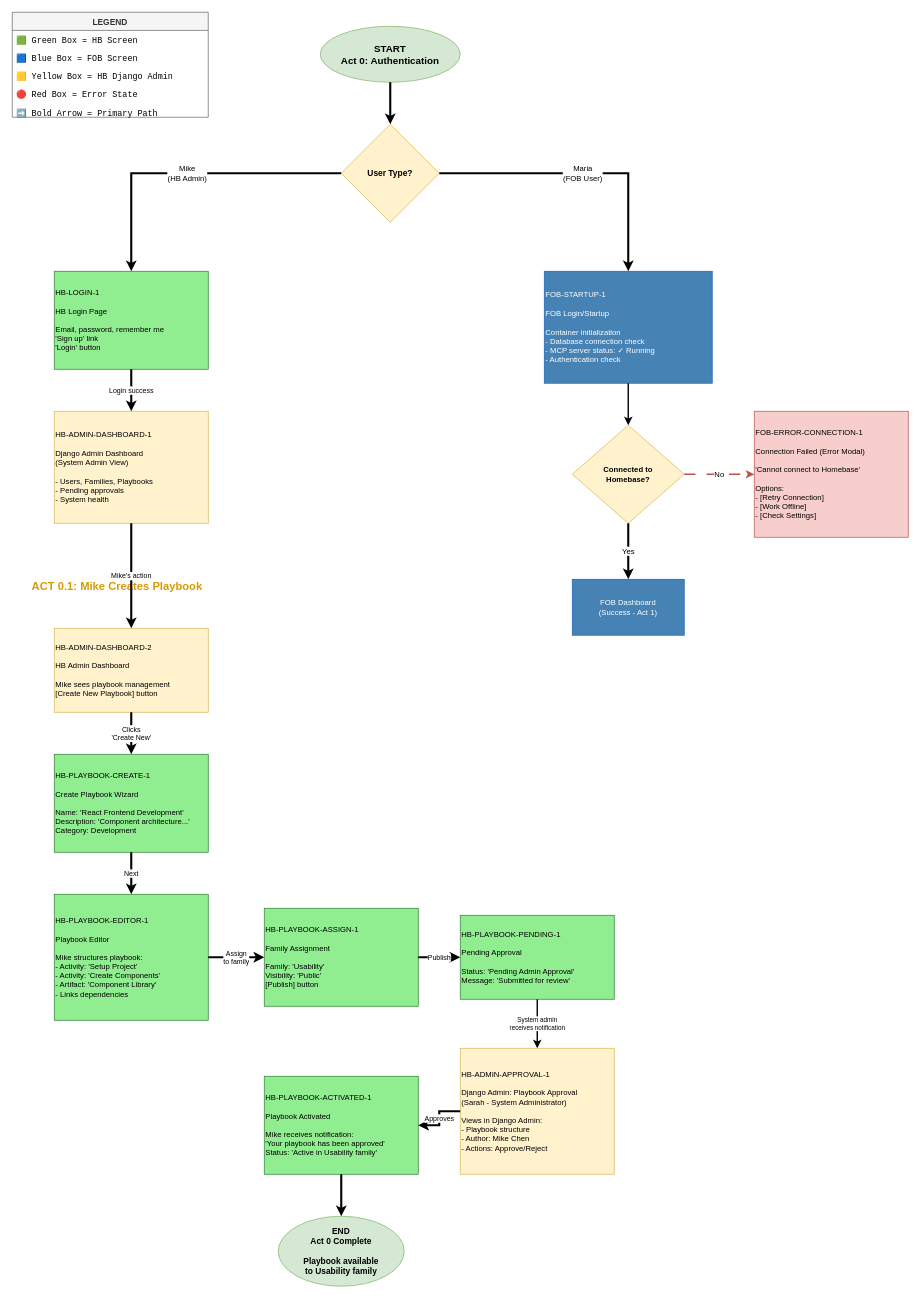
Before: page "Act 0 - Authentication and Setup" (1 of 5) of docs/ux/2_dialogue-maps/screen-flow.drawio in petelind/mimir, a draw.io diagram. Source tidied: cells renumbered, new cells numbered last; positions are measured from the earlier drawing's top-left corner, leaving out a move shared by most shapes. Both pictures are drawn from the tidied source at 70%, with x=0, y=0 at pixel (12, 12).
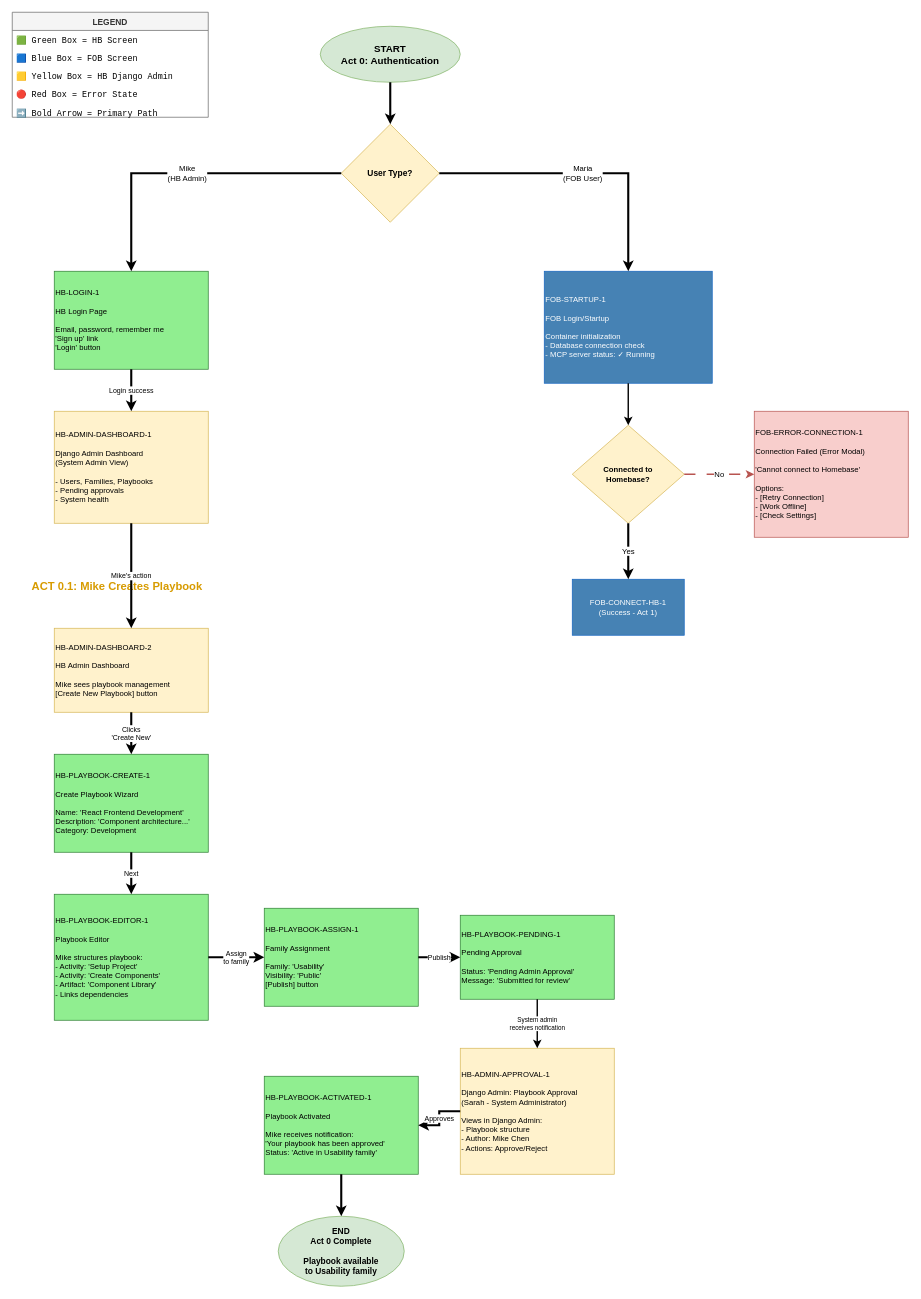
Above is the later version.

What changed in the source:
```diff
@@
-    <mxCell id="15" value="FOB-STARTUP-1&#10;&#10;FOB Login/Startup&#10;&#10;Container initialization&#10;- Database connection check&#10;- MCP server status: ✓ Running&#10;- Authentication check" style="rounded=0;whiteSpace=wrap;html=1;fillColor=#4682B4;strokeColor=#1565c0;fontSize=11;align=left;verticalAlign=middle;fontColor=#ffffff;" parent="1" vertex="1">
+    <mxCell id="15" value="FOB-STARTUP-1&lt;br&gt;&lt;br&gt;FOB Login/Startup&lt;br&gt;&lt;br&gt;Container initialization&lt;br&gt;- Database connection check&lt;br&gt;- MCP server status: ✓ Running&lt;br&gt;" style="rounded=0;whiteSpace=wrap;html=1;fillColor=#4682B4;strokeColor=#1565c0;fontSize=11;align=left;verticalAlign=middle;fontColor=#ffffff;" parent="1" vertex="1">
       <mxGeometry x="760" y="370" width="240" height="160" as="geometry" />
     </mxCell>
@@
-    <mxCell id="21" value="FOB Dashboard&#10;(Success - Act 1)" style="rounded=0;whiteSpace=wrap;html=1;fillColor=#4682B4;strokeColor=#1565c0;fontSize=11;align=center;verticalAlign=middle;fontColor=#ffffff;" parent="1" vertex="1">
+    <mxCell id="21" value="&lt;span style=&quot;text-align: left;&quot;&gt;FOB-CONNECT-HB-1&lt;br&gt;&lt;/span&gt;(Success - Act 1)" style="rounded=0;whiteSpace=wrap;html=1;fillColor=#4682B4;strokeColor=#1565c0;fontSize=11;align=center;verticalAlign=middle;fontColor=#ffffff;" parent="1" vertex="1">
       <mxGeometry x="800" y="810" width="160" height="80" as="geometry" />
     </mxCell>
```
